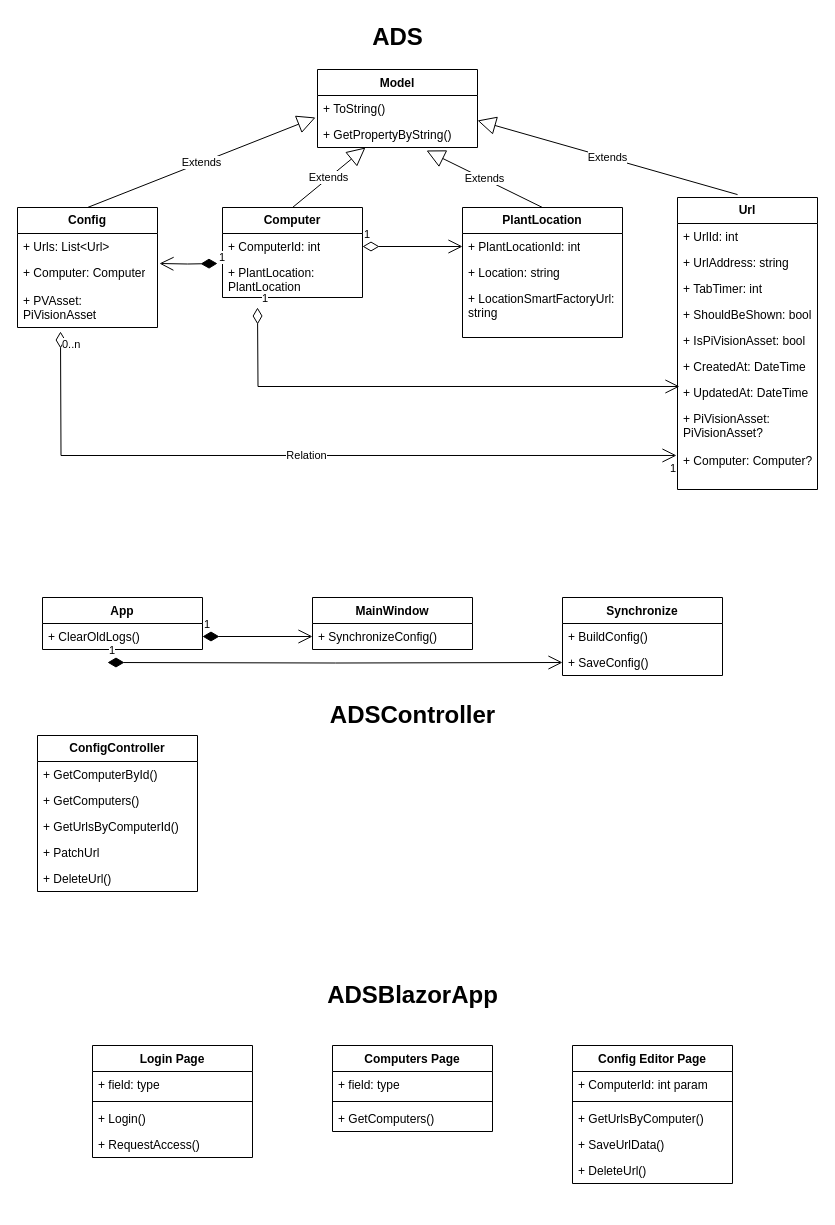
This is ads.drawio from josephkligel/diagrams, a draw.io file, before an edit. Source tidied: cells renumbered, new cells numbered last; positions are measured from the earlier drawing's top-left corner, leaving out a move shared by most shapes. Both pictures are drawn from the tidied source at 100%, with x=0, y=0 at pixel (17, 17).
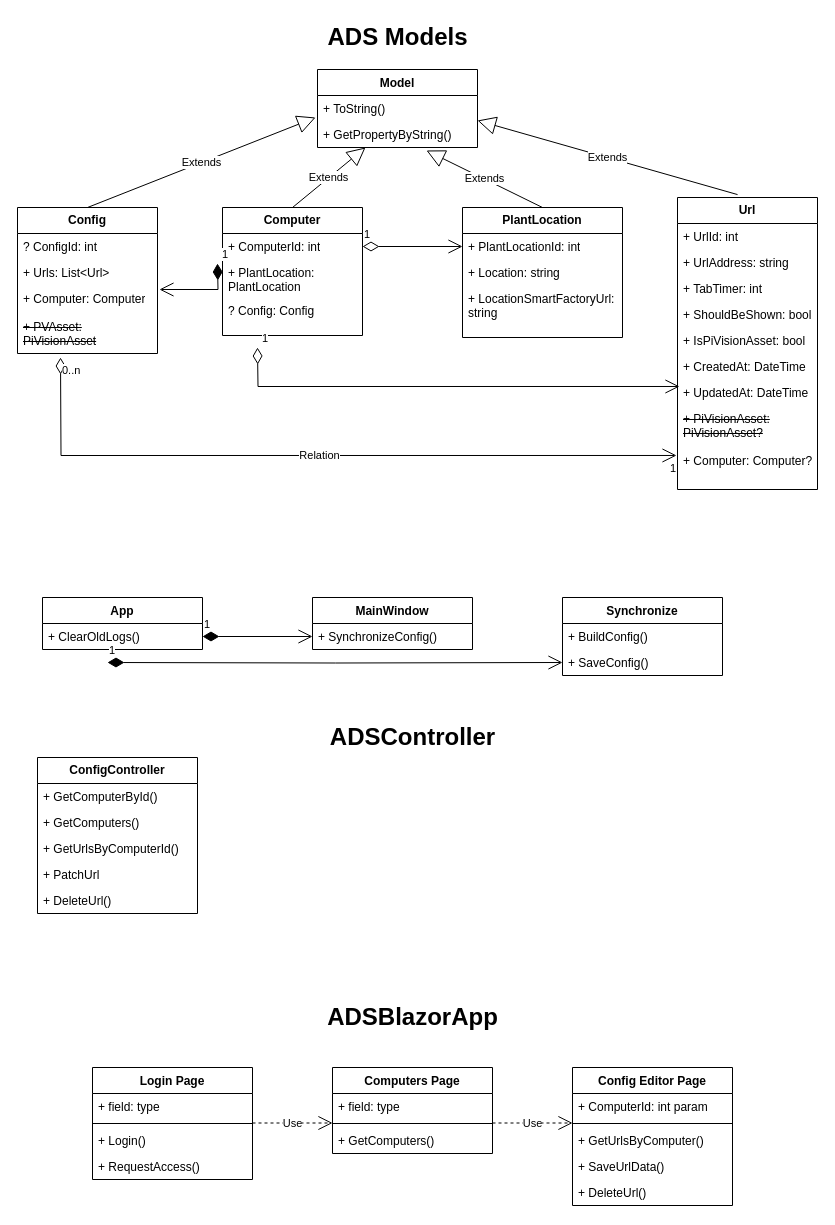
The same diagram, later.

The change refers to these unchanged cells:
```xml
<mxCell id="22" value="&lt;b&gt;Url&lt;/b&gt;" style="swimlane;fontStyle=0;horizontal=1;startSize=26;fillColor=none;whiteSpace=wrap;html=1;" parent="1" vertex="1">
  <mxGeometry x="660" y="180" width="140" height="292" as="geometry" />
</mxCell>
<mxCell id="29" value="+ UpdatedAt: DateTime" style="text;strokeColor=none;fillColor=none;align=left;verticalAlign=top;spacingLeft=4;spacingRight=4;overflow=hidden;points=[[0,0.5],[1,0.5]];portConstraint=eastwest;whiteSpace=wrap;html=1;" parent="22" vertex="1">
  <mxGeometry y="182" width="140" height="26" as="geometry" />
</mxCell>
<mxCell id="31" value="+ Computer: Computer?" style="text;strokeColor=none;fillColor=none;align=left;verticalAlign=top;spacingLeft=4;spacingRight=4;overflow=hidden;points=[[0,0.5],[1,0.5]];portConstraint=eastwest;whiteSpace=wrap;html=1;" parent="22" vertex="1">
  <mxGeometry y="250" width="140" height="42" as="geometry" />
</mxCell>
```

Change to the diagram source:
```diff
@@
     <mxCell id="5" value="&lt;b&gt;Config&lt;/b&gt;" style="swimlane;fontStyle=0;horizontal=1;startSize=26;fillColor=none;whiteSpace=wrap;html=1;" parent="1" vertex="1">
-      <mxGeometry y="190" width="140" height="120" as="geometry" />
+      <mxGeometry y="190" width="140" height="146" as="geometry" />
     </mxCell>
+    <mxCell id="69" value="? ConfigId: int" style="text;strokeColor=none;fillColor=none;align=left;verticalAlign=top;spacingLeft=4;spacingRight=4;overflow=hidden;whiteSpace=wrap;html=1;" parent="5" vertex="1">
+      <mxGeometry y="26" width="140" height="26" as="geometry" />
+    </mxCell>
     <mxCell id="6" value="+ Urls: List&amp;lt;Url&amp;gt;" style="text;strokeColor=none;fillColor=none;align=left;verticalAlign=top;spacingLeft=4;spacingRight=4;overflow=hidden;whiteSpace=wrap;html=1;" parent="5" vertex="1">
-      <mxGeometry y="26" width="140" height="26" as="geometry" />
+      <mxGeometry y="52" width="140" height="26" as="geometry" />
     </mxCell>
     <mxCell id="7" value="+ Computer: Computer" style="text;strokeColor=none;fillColor=none;align=left;verticalAlign=top;spacingLeft=4;spacingRight=4;overflow=hidden;points=[[0,0.5],[1,0.5]];portConstraint=eastwest;whiteSpace=wrap;html=1;" parent="5" vertex="1">
-      <mxGeometry y="52" width="140" height="28" as="geometry" />
+      <mxGeometry y="78" width="140" height="28" as="geometry" />
     </mxCell>
-    <mxCell id="8" value="+ PVAsset: PiVisionAsset" style="text;strokeColor=none;fillColor=none;align=left;verticalAlign=top;spacingLeft=4;spacingRight=4;overflow=hidden;whiteSpace=wrap;html=1;" parent="5" vertex="1">
-      <mxGeometry y="80" width="140" height="40" as="geometry" />
+    <mxCell id="8" value="&lt;strike&gt;+ PVAsset: PiVisionAsset&lt;/strike&gt;" style="text;strokeColor=none;fillColor=none;align=left;verticalAlign=top;spacingLeft=4;spacingRight=4;overflow=hidden;whiteSpace=wrap;html=1;" parent="5" vertex="1">
+      <mxGeometry y="106" width="140" height="40" as="geometry" />
     </mxCell>
     <mxCell id="9" value="&lt;b&gt;ConfigController&lt;/b&gt;" style="swimlane;fontStyle=0;horizontal=1;startSize=26;fillColor=none;whiteSpace=wrap;html=1;" parent="1" vertex="1">
-      <mxGeometry x="20" y="718" width="160" height="156" as="geometry" />
+      <mxGeometry x="20" y="740" width="160" height="156" as="geometry" />
     </mxCell>
@@
-    <mxCell id="30" value="+ PiVisionAsset: PiVisionAsset?" style="text;strokeColor=none;fillColor=none;align=left;verticalAlign=top;spacingLeft=4;spacingRight=4;overflow=hidden;whiteSpace=wrap;html=1;" parent="22" vertex="1">
+    <mxCell id="30" value="&lt;strike&gt;+ PiVisionAsset: PiVisionAsset?&lt;/strike&gt;" style="text;strokeColor=none;fillColor=none;align=left;verticalAlign=top;spacingLeft=4;spacingRight=4;overflow=hidden;whiteSpace=wrap;html=1;" parent="22" vertex="1">
       <mxGeometry y="208" width="140" height="42" as="geometry" />
     </mxCell>
@@
     <mxCell id="32" value="&lt;b&gt;Computer&lt;/b&gt;" style="swimlane;fontStyle=0;horizontal=1;startSize=26;fillColor=none;whiteSpace=wrap;html=1;" parent="1" vertex="1">
-      <mxGeometry x="205" y="190" width="140" height="90" as="geometry" />
+      <mxGeometry x="205" y="190" width="140" height="128" as="geometry" />
     </mxCell>
@@
+    <mxCell id="70" value="? Config: Config" style="text;strokeColor=none;fillColor=none;align=left;verticalAlign=top;spacingLeft=4;spacingRight=4;overflow=hidden;whiteSpace=wrap;html=1;" parent="32" vertex="1">
+      <mxGeometry y="90" width="140" height="38" as="geometry" />
+    </mxCell>
@@
     <mxCell id="39" value="Login Page" style="swimlane;fontStyle=1;align=center;verticalAlign=top;horizontal=1;startSize=26;whiteSpace=wrap;html=1;" parent="1" vertex="1">
-      <mxGeometry x="75" y="1028" width="160" height="112" as="geometry" />
+      <mxGeometry x="75" y="1050" width="160" height="112" as="geometry" />
     </mxCell>
@@
     <mxCell id="44" value="ADSController" style="text;strokeColor=none;fillColor=none;html=1;fontSize=24;fontStyle=1;verticalAlign=middle;align=center;" parent="1" vertex="1">
-      <mxGeometry x="345" y="678" width="100" height="40" as="geometry" />
+      <mxGeometry x="345" y="700" width="100" height="40" as="geometry" />
     </mxCell>
-    <mxCell id="45" value="ADS" style="text;strokeColor=none;fillColor=none;html=1;fontSize=24;fontStyle=1;verticalAlign=middle;align=center;" parent="1" vertex="1">
+    <mxCell id="45" value="ADS Models" style="text;strokeColor=none;fillColor=none;html=1;fontSize=24;fontStyle=1;verticalAlign=middle;align=center;" parent="1" vertex="1">
       <mxGeometry x="330" width="100" height="40" as="geometry" />
     </mxCell>
     <mxCell id="46" value="ADSBlazorApp" style="text;strokeColor=none;fillColor=none;html=1;fontSize=24;fontStyle=1;verticalAlign=middle;align=center;" parent="1" vertex="1">
-      <mxGeometry x="345" y="958" width="100" height="40" as="geometry" />
+      <mxGeometry x="345" y="980" width="100" height="40" as="geometry" />
     </mxCell>
     <mxCell id="47" value="Computers Page" style="swimlane;fontStyle=1;align=center;verticalAlign=top;horizontal=1;startSize=26;whiteSpace=wrap;html=1;" parent="1" vertex="1">
-      <mxGeometry x="315" y="1028" width="160" height="86" as="geometry" />
+      <mxGeometry x="315" y="1050" width="160" height="86" as="geometry" />
     </mxCell>
@@
     <mxCell id="51" value="Config Editor Page" style="swimlane;fontStyle=1;align=center;verticalAlign=top;horizontal=1;startSize=26;whiteSpace=wrap;html=1;" parent="1" vertex="1">
-      <mxGeometry x="555" y="1028" width="160" height="138" as="geometry" />
+      <mxGeometry x="555" y="1050" width="160" height="138" as="geometry" />
     </mxCell>
@@
     <mxCell id="64" value="1" style="endArrow=open;html=1;endSize=12;startArrow=diamondThin;startSize=14;startFill=0;edgeStyle=orthogonalEdgeStyle;align=left;verticalAlign=bottom;rounded=0;entryX=0.014;entryY=0.269;entryDx=0;entryDy=0;entryPerimeter=0;" parent="1" edge="1" target="29">
       <mxGeometry x="-1" y="3" relative="1" as="geometry">
-        <mxPoint x="240" y="290" as="sourcePoint" />
+        <mxPoint x="240" y="330" as="sourcePoint" />
       </mxGeometry>
     </mxCell>
@@
     <mxCell id="66" value="Relation" style="endArrow=open;html=1;endSize=12;startArrow=diamondThin;startSize=14;startFill=0;edgeStyle=orthogonalEdgeStyle;rounded=0;entryX=-0.007;entryY=0.19;entryDx=0;entryDy=0;entryPerimeter=0;" parent="1" edge="1" target="31">
       <mxGeometry relative="1" as="geometry">
-        <mxPoint x="43" y="314" as="sourcePoint" />
+        <mxPoint x="43" y="340" as="sourcePoint" />
       </mxGeometry>
     </mxCell>
@@
+    <mxCell id="71" value="Use" style="endArrow=open;endSize=12;dashed=1;html=1;rounded=0;exitX=1;exitY=0.5;exitDx=0;exitDy=0;entryX=0;entryY=0.5;entryDx=0;entryDy=0;" parent="1" edge="1">
+      <mxGeometry relative="1" as="geometry">
+        <mxPoint x="235" y="1105.5" as="sourcePoint" />
+        <mxPoint x="315" y="1105.5" as="targetPoint" />
+      </mxGeometry>
+    </mxCell>
+    <mxCell id="72" value="Use" style="endArrow=open;endSize=12;dashed=1;html=1;rounded=0;exitX=1;exitY=0.5;exitDx=0;exitDy=0;entryX=0;entryY=0.5;entryDx=0;entryDy=0;" parent="1" edge="1">
+      <mxGeometry relative="1" as="geometry">
+        <mxPoint x="475" y="1105.5" as="sourcePoint" />
+        <mxPoint x="555" y="1105.5" as="targetPoint" />
+      </mxGeometry>
+    </mxCell>
```
